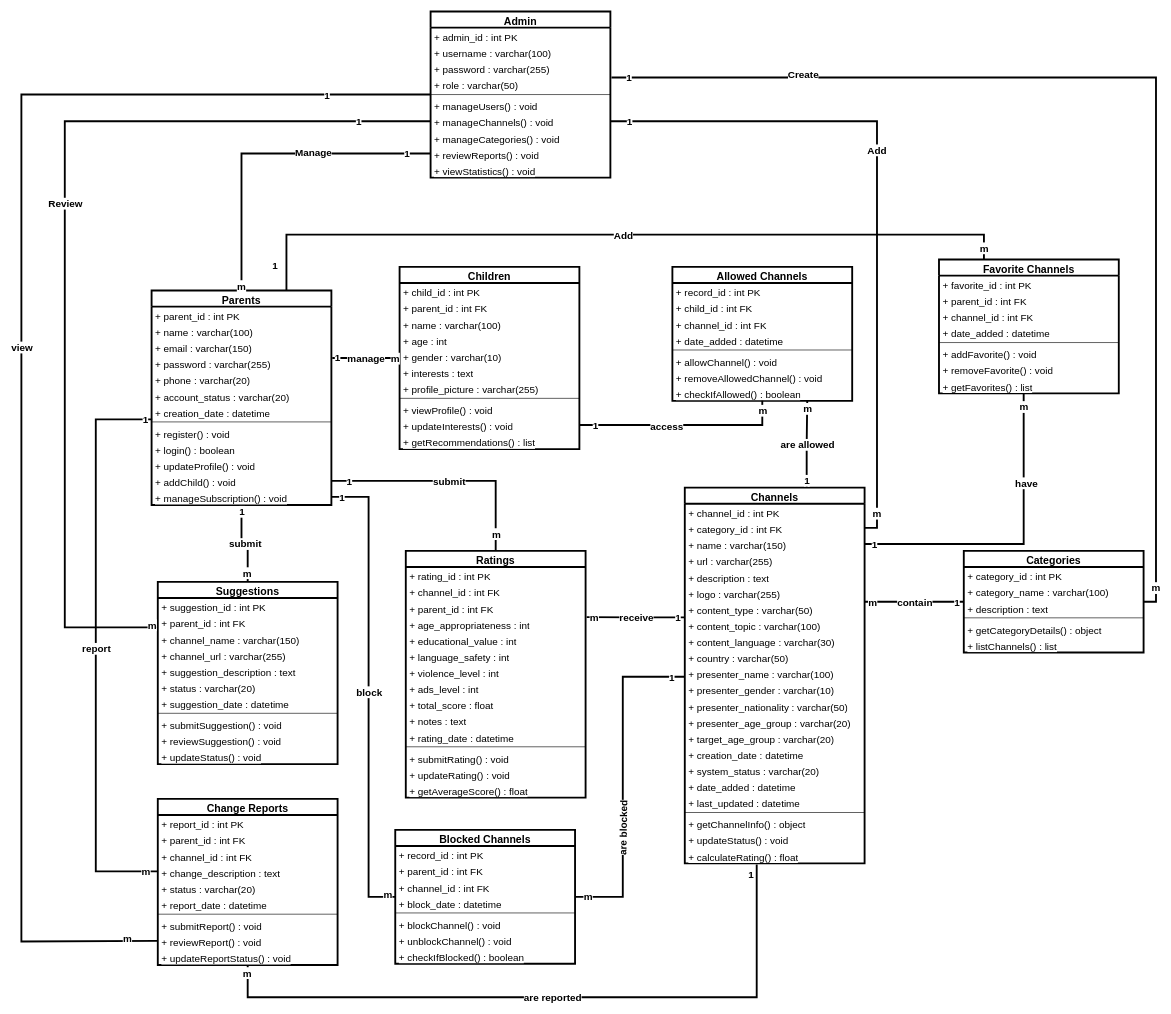
Before: page "Class Diagram" (6 of 7) of رقيب.drawio in MahmoudHamdy19/diagrams-, a draw.io diagram. Source tidied: cells renumbered, new cells numbered last; positions are measured from the earlier drawing's top-left corner, leaving out a move shared by most shapes. Both pictures are drawn from the tidied source at 62%, with x=0, y=0 at pixel (21, 11).
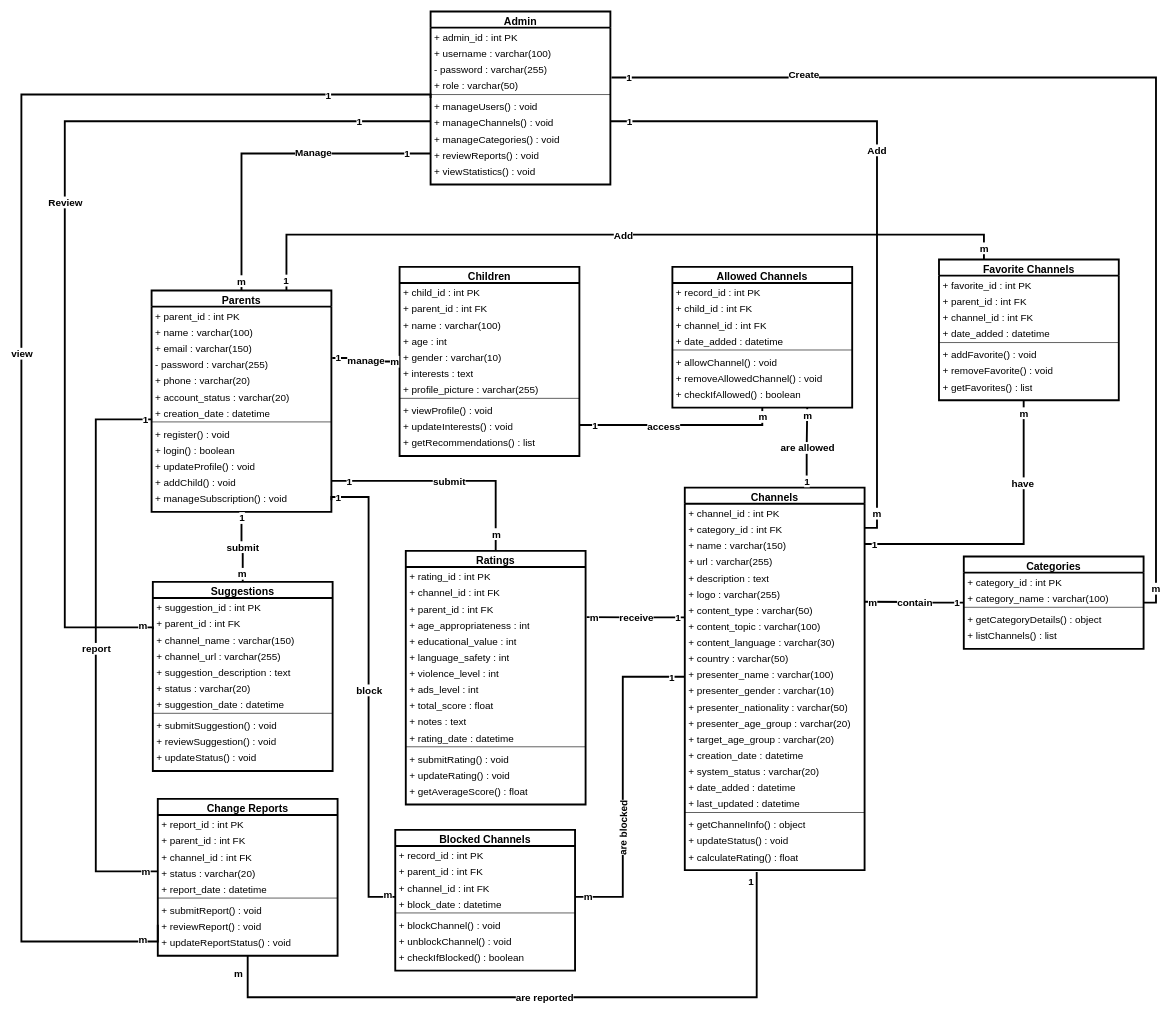
Above is the later version.

The change refers to these unchanged cells:
```xml
<mxCell id="9" value="+ creation_date : datetime" style="text;strokeColor=none;fillColor=none;align=left;verticalAlign=top;spacingLeft=4;spacingRight=4;overflow=hidden;points=[[0,0.5],[1,0.5]];portConstraint=eastwest;whiteSpace=wrap;html=1;fontSize=16;strokeWidth=3;fontStyle=0;labelBackgroundColor=default;" parent="2" vertex="1">
  <mxGeometry y="182" width="290" height="26" as="geometry" />
</mxCell>
<mxCell id="180" style="edgeStyle=orthogonalEdgeStyle;rounded=0;jettySize=auto;html=1;endArrow=none;endFill=0;strokeWidth=3;exitX=0;exitY=0.5;exitDx=0;exitDy=0;fontStyle=0;labelBackgroundColor=default;fontColor=default;entryX=0.5;entryY=0;entryDx=0;entryDy=0;" parent="1" edge="1" source="169" target="2">
  <mxGeometry relative="1" as="geometry" />
</mxCell>
<mxCell id="192" style="edgeStyle=orthogonalEdgeStyle;rounded=0;jettySize=auto;html=1;endArrow=none;endFill=0;strokeWidth=3;exitX=0;exitY=0.5;exitDx=0;exitDy=0;fontStyle=0;labelBackgroundColor=default;fontColor=default;entryX=0;entryY=0.25;entryDx=0;entryDy=0;" parent="1" edge="1" source="167" target="75">
  <mxGeometry relative="1" as="geometry">
    <Array as="points">
      <mxPoint x="70" y="177" />
      <mxPoint x="70" y="993.5" />
    </Array>
  </mxGeometry>
</mxCell>
<mxCell id="196" style="edgeStyle=orthogonalEdgeStyle;rounded=0;jettySize=auto;html=1;endArrow=none;endFill=0;strokeWidth=3;exitX=0.75;exitY=0;exitDx=0;exitDy=0;fontStyle=0;labelBackgroundColor=default;fontColor=default;entryX=0.25;entryY=0;entryDx=0;entryDy=0;" parent="1" edge="1" source="2" target="171">
  <mxGeometry relative="1" as="geometry">
    <Array as="points">
      <mxPoint x="427.5" y="360" />
      <mxPoint x="1552.5" y="360" />
    </Array>
  </mxGeometry>
</mxCell>
```

What changed in the source:
```diff
@@
     <mxCell id="2" value="Parents" style="swimlane;fontStyle=1;align=center;verticalAlign=top;horizontal=1;startSize=26;whiteSpace=wrap;html=1;strokeWidth=3;fontSize=17;labelBackgroundColor=none;" parent="1" vertex="1">
-      <mxGeometry x="210" y="450" width="290" height="346" as="geometry" />
+      <mxGeometry x="210" y="450" width="290" height="357" as="geometry" />
     </mxCell>
@@
-    <mxCell id="6" value="+ password : varchar(255)" style="text;strokeColor=none;fillColor=none;align=left;verticalAlign=top;spacingLeft=4;spacingRight=4;overflow=hidden;points=[[0,0.5],[1,0.5]];portConstraint=eastwest;whiteSpace=wrap;html=1;fontSize=16;strokeWidth=3;fontStyle=0;labelBackgroundColor=default;" parent="2" vertex="1">
+    <mxCell id="6" value="- password : varchar(255)" style="text;strokeColor=none;fillColor=none;align=left;verticalAlign=top;spacingLeft=4;spacingRight=4;overflow=hidden;points=[[0,0.5],[1,0.5]];portConstraint=eastwest;whiteSpace=wrap;html=1;fontSize=16;strokeWidth=3;fontStyle=0;labelBackgroundColor=default;" parent="2" vertex="1">
       <mxGeometry y="104" width="290" height="26" as="geometry" />
     </mxCell>
@@
     <mxCell id="15" value="+ manageSubscription() : void" style="text;strokeColor=none;fillColor=none;align=left;verticalAlign=top;spacingLeft=4;spacingRight=4;overflow=hidden;points=[[0,0.5],[1,0.5]];portConstraint=eastwest;whiteSpace=wrap;html=1;fontSize=16;fontStyle=0;strokeWidth=3;labelBackgroundColor=default;" parent="2" vertex="1">
-      <mxGeometry y="320" width="290" height="26" as="geometry" />
+      <mxGeometry y="320" width="290" height="37" as="geometry" />
     </mxCell>
     <mxCell id="16" value="Children" style="swimlane;fontStyle=1;align=center;verticalAlign=top;horizontal=1;startSize=26;whiteSpace=wrap;html=1;strokeWidth=3;fontSize=17;labelBackgroundColor=none;" parent="1" vertex="1">
-      <mxGeometry x="610" y="412" width="290" height="294" as="geometry" />
+      <mxGeometry x="610" y="412" width="290" height="305" as="geometry" />
     </mxCell>
@@
     <mxCell id="27" value="+ getRecommendations() : list" style="text;strokeColor=none;fillColor=none;align=left;verticalAlign=top;spacingLeft=4;spacingRight=4;overflow=hidden;whiteSpace=wrap;html=1;fontSize=16;fontStyle=0;strokeWidth=3;labelBackgroundColor=default;" parent="16" vertex="1">
-      <mxGeometry y="268" width="290" height="26" as="geometry" />
+      <mxGeometry y="268" width="290" height="37" as="geometry" />
     </mxCell>
     <mxCell id="28" value="Categories" style="swimlane;fontStyle=1;align=center;verticalAlign=top;horizontal=1;startSize=26;whiteSpace=wrap;html=1;strokeWidth=3;fontSize=17;labelBackgroundColor=none;" parent="1" vertex="1">
-      <mxGeometry x="1520" y="870" width="290" height="164" as="geometry" />
+      <mxGeometry x="1520" y="879" width="290" height="149" as="geometry" />
     </mxCell>
@@
-    <mxCell id="31" value="+ description : text" style="text;strokeColor=none;fillColor=none;align=left;verticalAlign=top;spacingLeft=4;spacingRight=4;overflow=hidden;whiteSpace=wrap;html=1;fontSize=16;strokeWidth=3;fontStyle=0;labelBackgroundColor=default;" parent="28" vertex="1">
-      <mxGeometry y="78" width="290" height="26" as="geometry" />
-    </mxCell>
     <mxCell id="32" style="line;strokeWidth=1;fillColor=none;align=left;verticalAlign=middle;spacingTop=-1;spacingLeft=3;spacingRight=3;labelPosition=right;html=1;fontStyle=0;labelBackgroundColor=default;" parent="28" vertex="1">
-      <mxGeometry y="104" width="290" height="8" as="geometry" />
+      <mxGeometry y="78" width="290" height="8" as="geometry" />
     </mxCell>
     <mxCell id="33" value="+ getCategoryDetails() : object" style="text;strokeColor=none;fillColor=none;align=left;verticalAlign=top;spacingLeft=4;spacingRight=4;overflow=hidden;whiteSpace=wrap;html=1;fontSize=16;fontStyle=0;strokeWidth=3;labelBackgroundColor=default;" parent="28" vertex="1">
-      <mxGeometry y="112" width="290" height="26" as="geometry" />
+      <mxGeometry y="86" width="290" height="26" as="geometry" />
     </mxCell>
     <mxCell id="34" value="+ listChannels() : list" style="text;strokeColor=none;fillColor=none;align=left;verticalAlign=top;spacingLeft=4;spacingRight=4;overflow=hidden;whiteSpace=wrap;html=1;fontSize=16;fontStyle=0;strokeWidth=3;labelBackgroundColor=default;" parent="28" vertex="1">
-      <mxGeometry y="138" width="290" height="26" as="geometry" />
+      <mxGeometry y="112" width="290" height="37" as="geometry" />
     </mxCell>
     <mxCell id="35" value="Channels" style="swimlane;fontStyle=1;align=center;verticalAlign=top;horizontal=1;startSize=26;whiteSpace=wrap;html=1;strokeWidth=3;fontSize=17;labelBackgroundColor=none;" parent="1" vertex="1">
-      <mxGeometry x="1070" y="768" width="290" height="606" as="geometry" />
+      <mxGeometry x="1070" y="768" width="290" height="617" as="geometry" />
     </mxCell>
@@
     <mxCell id="58" value="+ calculateRating() : float" style="text;strokeColor=none;fillColor=none;align=left;verticalAlign=top;spacingLeft=4;spacingRight=4;overflow=hidden;points=[[0,0.5],[1,0.5]];portConstraint=eastwest;whiteSpace=wrap;html=1;fontSize=16;fontStyle=0;strokeWidth=3;labelBackgroundColor=default;" parent="35" vertex="1">
-      <mxGeometry y="580" width="290" height="26" as="geometry" />
+      <mxGeometry y="580" width="290" height="37" as="geometry" />
     </mxCell>
     <mxCell id="59" value="Ratings" style="swimlane;fontStyle=1;align=center;verticalAlign=top;horizontal=1;startSize=26;whiteSpace=wrap;html=1;strokeWidth=3;fontSize=17;labelBackgroundColor=none;" parent="1" vertex="1">
-      <mxGeometry x="620" y="870" width="290" height="398" as="geometry" />
+      <mxGeometry x="620" y="870" width="290" height="409" as="geometry" />
     </mxCell>
@@
     <mxCell id="74" value="+ getAverageScore() : float" style="text;strokeColor=none;fillColor=none;align=left;verticalAlign=top;spacingLeft=4;spacingRight=4;overflow=hidden;whiteSpace=wrap;html=1;fontSize=16;fontStyle=0;strokeWidth=3;labelBackgroundColor=default;" parent="59" vertex="1">
-      <mxGeometry y="372" width="290" height="26" as="geometry" />
+      <mxGeometry y="372" width="290" height="37" as="geometry" />
     </mxCell>
     <mxCell id="75" value="Suggestions" style="swimlane;fontStyle=1;align=center;verticalAlign=top;horizontal=1;startSize=26;whiteSpace=wrap;html=1;strokeWidth=3;fontSize=17;labelBackgroundColor=none;" parent="1" vertex="1">
-      <mxGeometry x="220" y="920" width="290" height="294" as="geometry" />
+      <mxGeometry x="212" y="920" width="290" height="305" as="geometry" />
     </mxCell>
@@
     <mxCell id="86" value="+ updateStatus() : void" style="text;strokeColor=none;fillColor=none;align=left;verticalAlign=top;spacingLeft=4;spacingRight=4;overflow=hidden;whiteSpace=wrap;html=1;fontSize=16;fontStyle=0;strokeWidth=3;labelBackgroundColor=default;" parent="75" vertex="1">
-      <mxGeometry y="268" width="290" height="26" as="geometry" />
+      <mxGeometry y="268" width="290" height="37" as="geometry" />
     </mxCell>
     <mxCell id="87" value="Blocked Channels" style="swimlane;fontStyle=1;align=center;verticalAlign=top;horizontal=1;startSize=26;whiteSpace=wrap;html=1;strokeWidth=3;fontSize=17;labelBackgroundColor=none;" parent="1" vertex="1">
-      <mxGeometry x="603" y="1320" width="290" height="216" as="geometry" />
+      <mxGeometry x="603" y="1320" width="290" height="227" as="geometry" />
     </mxCell>
@@
     <mxCell id="95" value="+ checkIfBlocked() : boolean" style="text;strokeColor=none;fillColor=none;align=left;verticalAlign=top;spacingLeft=4;spacingRight=4;overflow=hidden;whiteSpace=wrap;html=1;fontSize=16;fontStyle=0;strokeWidth=3;labelBackgroundColor=default;" parent="87" vertex="1">
-      <mxGeometry y="190" width="290" height="26" as="geometry" />
+      <mxGeometry y="190" width="290" height="37" as="geometry" />
     </mxCell>
     <mxCell id="96" value="Allowed Channels" style="swimlane;fontStyle=1;align=center;verticalAlign=top;horizontal=1;startSize=26;whiteSpace=wrap;html=1;strokeWidth=3;fontSize=17;labelBackgroundColor=none;" parent="1" vertex="1">
-      <mxGeometry x="1050" y="412" width="290" height="216" as="geometry" />
+      <mxGeometry x="1050" y="412" width="290" height="227" as="geometry" />
     </mxCell>
@@
     <mxCell id="104" value="+ checkIfAllowed() : boolean" style="text;strokeColor=none;fillColor=none;align=left;verticalAlign=top;spacingLeft=4;spacingRight=4;overflow=hidden;whiteSpace=wrap;html=1;fontSize=16;fontStyle=0;strokeWidth=3;labelBackgroundColor=default;" parent="96" vertex="1">
-      <mxGeometry y="190" width="290" height="26" as="geometry" />
+      <mxGeometry y="190" width="290" height="37" as="geometry" />
     </mxCell>
     <mxCell id="105" value="Change Reports" style="swimlane;fontStyle=1;align=center;verticalAlign=top;horizontal=1;startSize=26;whiteSpace=wrap;html=1;strokeWidth=3;fontSize=17;labelBackgroundColor=none;" parent="1" vertex="1">
-      <mxGeometry x="220" y="1270" width="290" height="268" as="geometry" />
+      <mxGeometry x="220" y="1270" width="290" height="253" as="geometry" />
     </mxCell>
@@
-    <mxCell id="109" value="+ change_description : text" style="text;strokeColor=none;fillColor=none;align=left;verticalAlign=top;spacingLeft=4;spacingRight=4;overflow=hidden;points=[[0,0.5],[1,0.5]];portConstraint=eastwest;whiteSpace=wrap;html=1;fontSize=16;strokeWidth=3;fontStyle=0;labelBackgroundColor=default;" parent="105" vertex="1">
-      <mxGeometry y="104" width="290" height="26" as="geometry" />
-    </mxCell>
     <mxCell id="110" value="+ status : varchar(20)" style="text;strokeColor=none;fillColor=none;align=left;verticalAlign=top;spacingLeft=4;spacingRight=4;overflow=hidden;whiteSpace=wrap;html=1;fontSize=16;strokeWidth=3;fontStyle=0;labelBackgroundColor=default;" parent="105" vertex="1">
-      <mxGeometry y="130" width="290" height="26" as="geometry" />
+      <mxGeometry y="104" width="290" height="26" as="geometry" />
     </mxCell>
     <mxCell id="111" value="+ report_date : datetime" style="text;strokeColor=none;fillColor=none;align=left;verticalAlign=top;spacingLeft=4;spacingRight=4;overflow=hidden;whiteSpace=wrap;html=1;fontSize=16;strokeWidth=3;fontStyle=0;labelBackgroundColor=default;" parent="105" vertex="1">
-      <mxGeometry y="156" width="290" height="26" as="geometry" />
+      <mxGeometry y="130" width="290" height="26" as="geometry" />
     </mxCell>
     <mxCell id="112" style="line;strokeWidth=1;fillColor=none;align=left;verticalAlign=middle;spacingTop=-1;spacingLeft=3;spacingRight=3;labelPosition=right;html=1;fontStyle=0;labelBackgroundColor=default;" parent="105" vertex="1">
-      <mxGeometry y="182" width="290" height="8" as="geometry" />
+      <mxGeometry y="156" width="290" height="8" as="geometry" />
     </mxCell>
     <mxCell id="113" value="+ submitReport() : void" style="text;strokeColor=none;fillColor=none;align=left;verticalAlign=top;spacingLeft=4;spacingRight=4;overflow=hidden;whiteSpace=wrap;html=1;fontSize=16;fontStyle=0;strokeWidth=3;labelBackgroundColor=default;" parent="105" vertex="1">
-      <mxGeometry y="190" width="290" height="26" as="geometry" />
+      <mxGeometry y="164" width="290" height="26" as="geometry" />
     </mxCell>
     <mxCell id="114" value="+ reviewReport() : void" style="text;strokeColor=none;fillColor=none;align=left;verticalAlign=top;spacingLeft=4;spacingRight=4;overflow=hidden;points=[[0,0.5],[1,0.5]];portConstraint=eastwest;whiteSpace=wrap;html=1;fontSize=16;fontStyle=0;strokeWidth=3;labelBackgroundColor=default;" parent="105" vertex="1">
-      <mxGeometry y="216" width="290" height="26" as="geometry" />
+      <mxGeometry y="190" width="290" height="26" as="geometry" />
     </mxCell>
     <mxCell id="115" value="+ updateReportStatus() : void" style="text;strokeColor=none;fillColor=none;align=left;verticalAlign=top;spacingLeft=4;spacingRight=4;overflow=hidden;whiteSpace=wrap;html=1;fontSize=16;fontStyle=0;strokeWidth=3;labelBackgroundColor=default;" parent="105" vertex="1">
-      <mxGeometry y="242" width="290" height="26" as="geometry" />
+      <mxGeometry y="216" width="290" height="37" as="geometry" />
     </mxCell>
@@
-    <mxCell id="152" style="edgeStyle=orthogonalEdgeStyle;rounded=0;jettySize=auto;html=1;endArrow=none;endFill=0;strokeWidth=3;exitX=0.003;exitY=0.995;exitDx=0;exitDy=0;exitPerimeter=0;entryX=0;entryY=0.5;entryDx=0;entryDy=0;fontStyle=0;labelBackgroundColor=default;fontColor=default;" parent="1" edge="1" source="9" target="109">
+    <mxCell id="152" style="edgeStyle=orthogonalEdgeStyle;rounded=0;jettySize=auto;html=1;endArrow=none;endFill=0;strokeWidth=3;exitX=0.003;exitY=0.995;exitDx=0;exitDy=0;exitPerimeter=0;entryX=0;entryY=0.5;entryDx=0;entryDy=0;fontStyle=0;labelBackgroundColor=default;fontColor=default;" parent="1" edge="1" source="9">
       <mxGeometry relative="1" as="geometry">
+        <mxPoint x="220" y="1387" as="targetPoint" />
         <Array as="points">
           <mxPoint x="120" y="657.9" />
           <mxPoint x="120" y="1387" />
         </Array>
       </mxGeometry>
     </mxCell>
@@
     <mxCell id="160" value="Admin" style="swimlane;fontStyle=1;align=center;verticalAlign=top;horizontal=1;startSize=26;whiteSpace=wrap;html=1;strokeWidth=3;fontSize=17;labelBackgroundColor=none;" parent="1" vertex="1">
-      <mxGeometry x="660" width="290" height="268" as="geometry" />
+      <mxGeometry x="660" width="290" height="279" as="geometry" />
     </mxCell>
@@
-    <mxCell id="163" value="+ password : varchar(255)" style="text;strokeColor=none;fillColor=none;align=left;verticalAlign=top;spacingLeft=4;spacingRight=4;overflow=hidden;whiteSpace=wrap;html=1;fontSize=16;strokeWidth=3;fontStyle=0;labelBackgroundColor=default;" parent="160" vertex="1">
+    <mxCell id="163" value="- password : varchar(255)" style="text;strokeColor=none;fillColor=none;align=left;verticalAlign=top;spacingLeft=4;spacingRight=4;overflow=hidden;whiteSpace=wrap;html=1;fontSize=16;strokeWidth=3;fontStyle=0;labelBackgroundColor=default;" parent="160" vertex="1">
       <mxGeometry y="78" width="290" height="26" as="geometry" />
     </mxCell>
@@
     <mxCell id="170" value="+ viewStatistics() : void" style="text;strokeColor=none;fillColor=none;align=left;verticalAlign=top;spacingLeft=4;spacingRight=4;overflow=hidden;whiteSpace=wrap;html=1;fontSize=16;fontStyle=0;strokeWidth=3;labelBackgroundColor=default;" parent="160" vertex="1">
-      <mxGeometry y="242" width="290" height="26" as="geometry" />
+      <mxGeometry y="242" width="290" height="37" as="geometry" />
     </mxCell>
     <mxCell id="171" value="Favorite Channels" style="swimlane;fontStyle=1;align=center;verticalAlign=top;horizontal=1;startSize=26;whiteSpace=wrap;html=1;strokeWidth=3;fontSize=17;labelBackgroundColor=none;" parent="1" vertex="1">
-      <mxGeometry x="1480" y="400" width="290" height="216" as="geometry" />
+      <mxGeometry x="1480" y="400" width="290" height="227" as="geometry" />
     </mxCell>
@@
     <mxCell id="179" value="+ getFavorites() : list" style="text;strokeColor=none;fillColor=none;align=left;verticalAlign=top;spacingLeft=4;spacingRight=4;overflow=hidden;points=[[0,0.5],[1,0.5]];portConstraint=eastwest;whiteSpace=wrap;html=1;fontSize=16;fontStyle=0;strokeWidth=3;labelBackgroundColor=default;" parent="171" vertex="1">
-      <mxGeometry y="190" width="290" height="26" as="geometry" />
+      <mxGeometry y="190" width="290" height="37" as="geometry" />
     </mxCell>
@@
     <mxCell id="182" value="m" style="edgeLabel;html=1;align=center;verticalAlign=middle;fontStyle=1;fontSize=16;labelBackgroundColor=default;" parent="180" vertex="1">
       <mxGeometry x="0.85" relative="1" as="geometry">
-        <mxPoint x="-1" y="31" as="offset" />
+        <mxPoint x="-1" y="23" as="offset" />
       </mxGeometry>
     </mxCell>
@@
     <mxCell id="194" value="m" style="edgeLabel;html=1;align=center;verticalAlign=middle;fontStyle=1;fontSize=16;labelBackgroundColor=default;" parent="192" vertex="1">
       <mxGeometry x="0.85" relative="1" as="geometry">
-        <mxPoint x="107" y="-4" as="offset" />
+        <mxPoint x="97" y="-4" as="offset" />
       </mxGeometry>
     </mxCell>
@@
     <mxCell id="197" value="1" style="edgeLabel;html=1;align=center;verticalAlign=middle;fontStyle=1;fontSize=16;labelBackgroundColor=default;" parent="196" vertex="1">
       <mxGeometry x="-0.85" relative="1" as="geometry">
-        <mxPoint x="-23" y="49" as="offset" />
+        <mxPoint x="-5" y="73" as="offset" />
       </mxGeometry>
     </mxCell>
```
